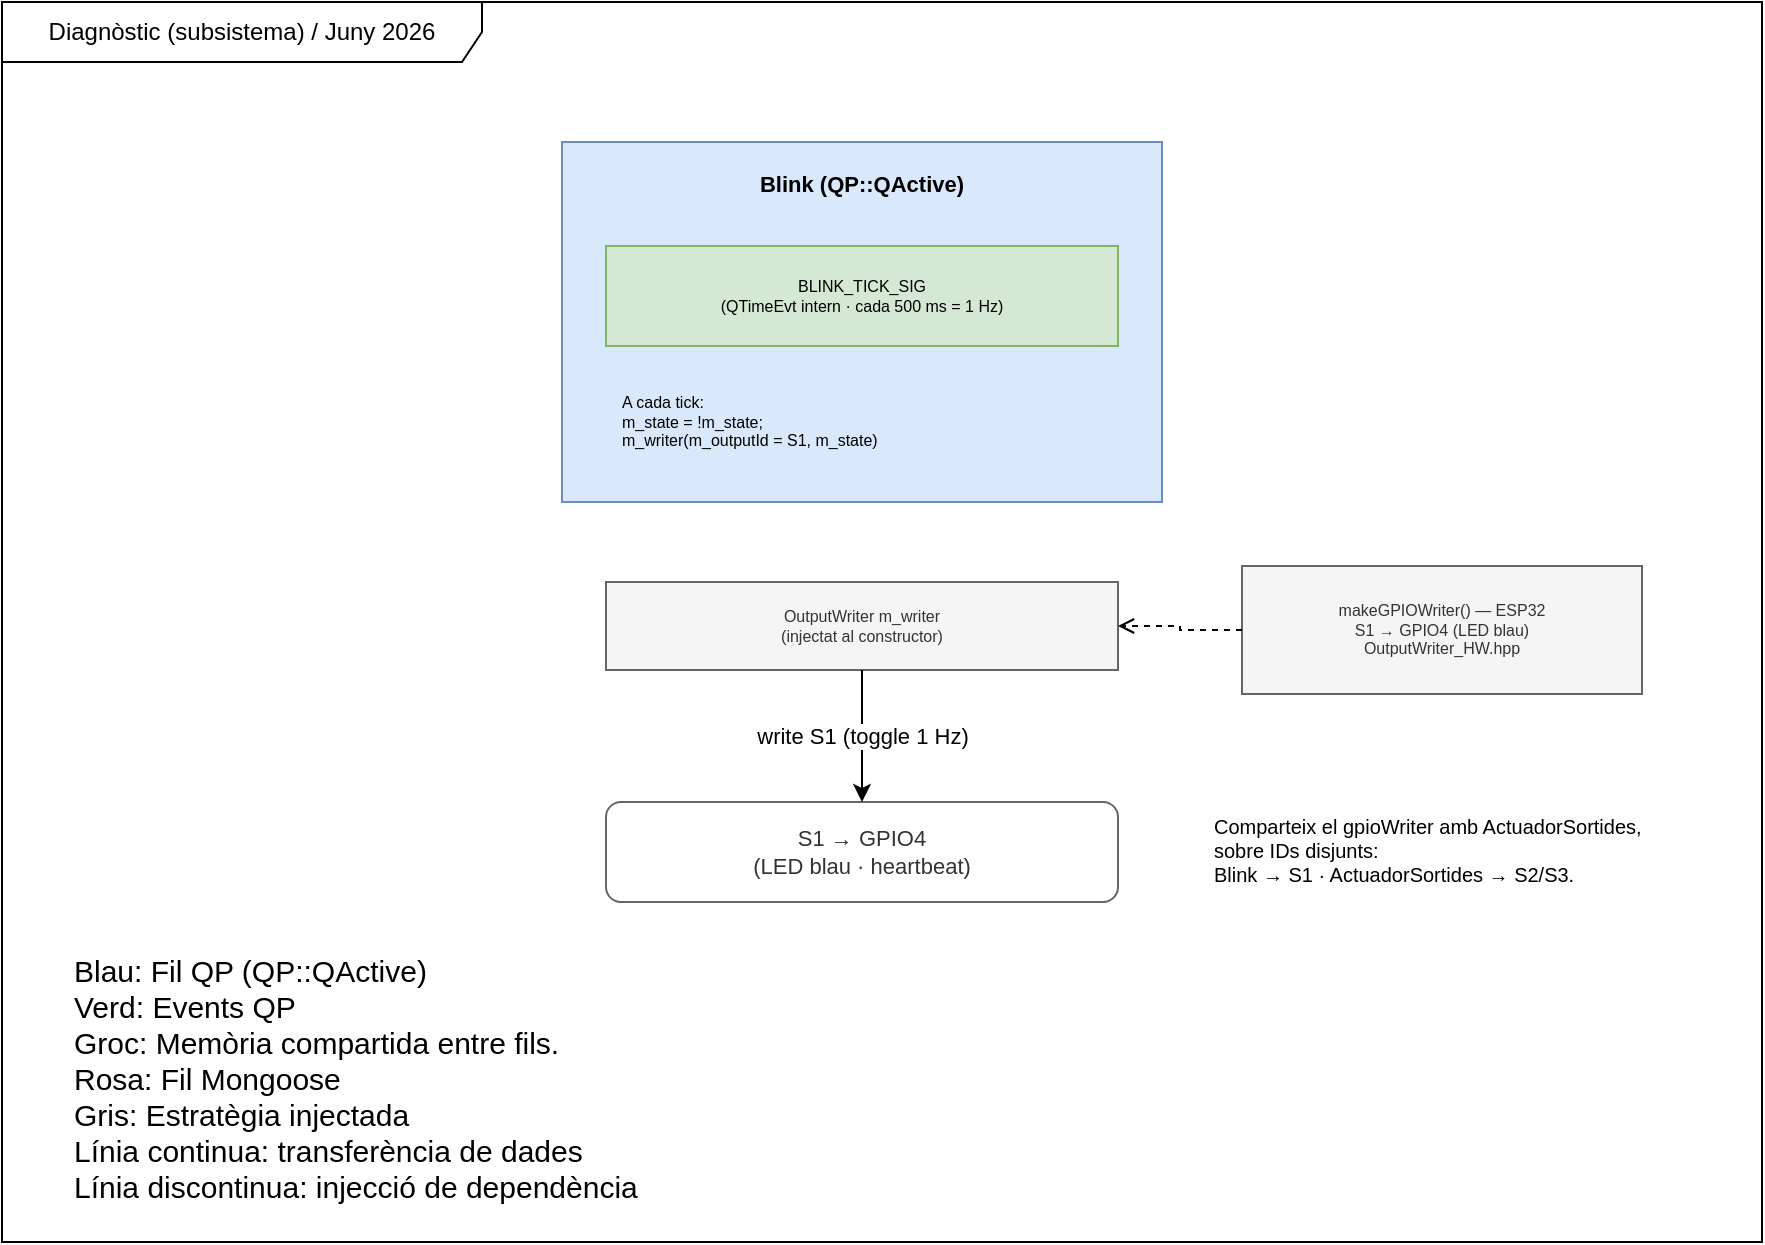
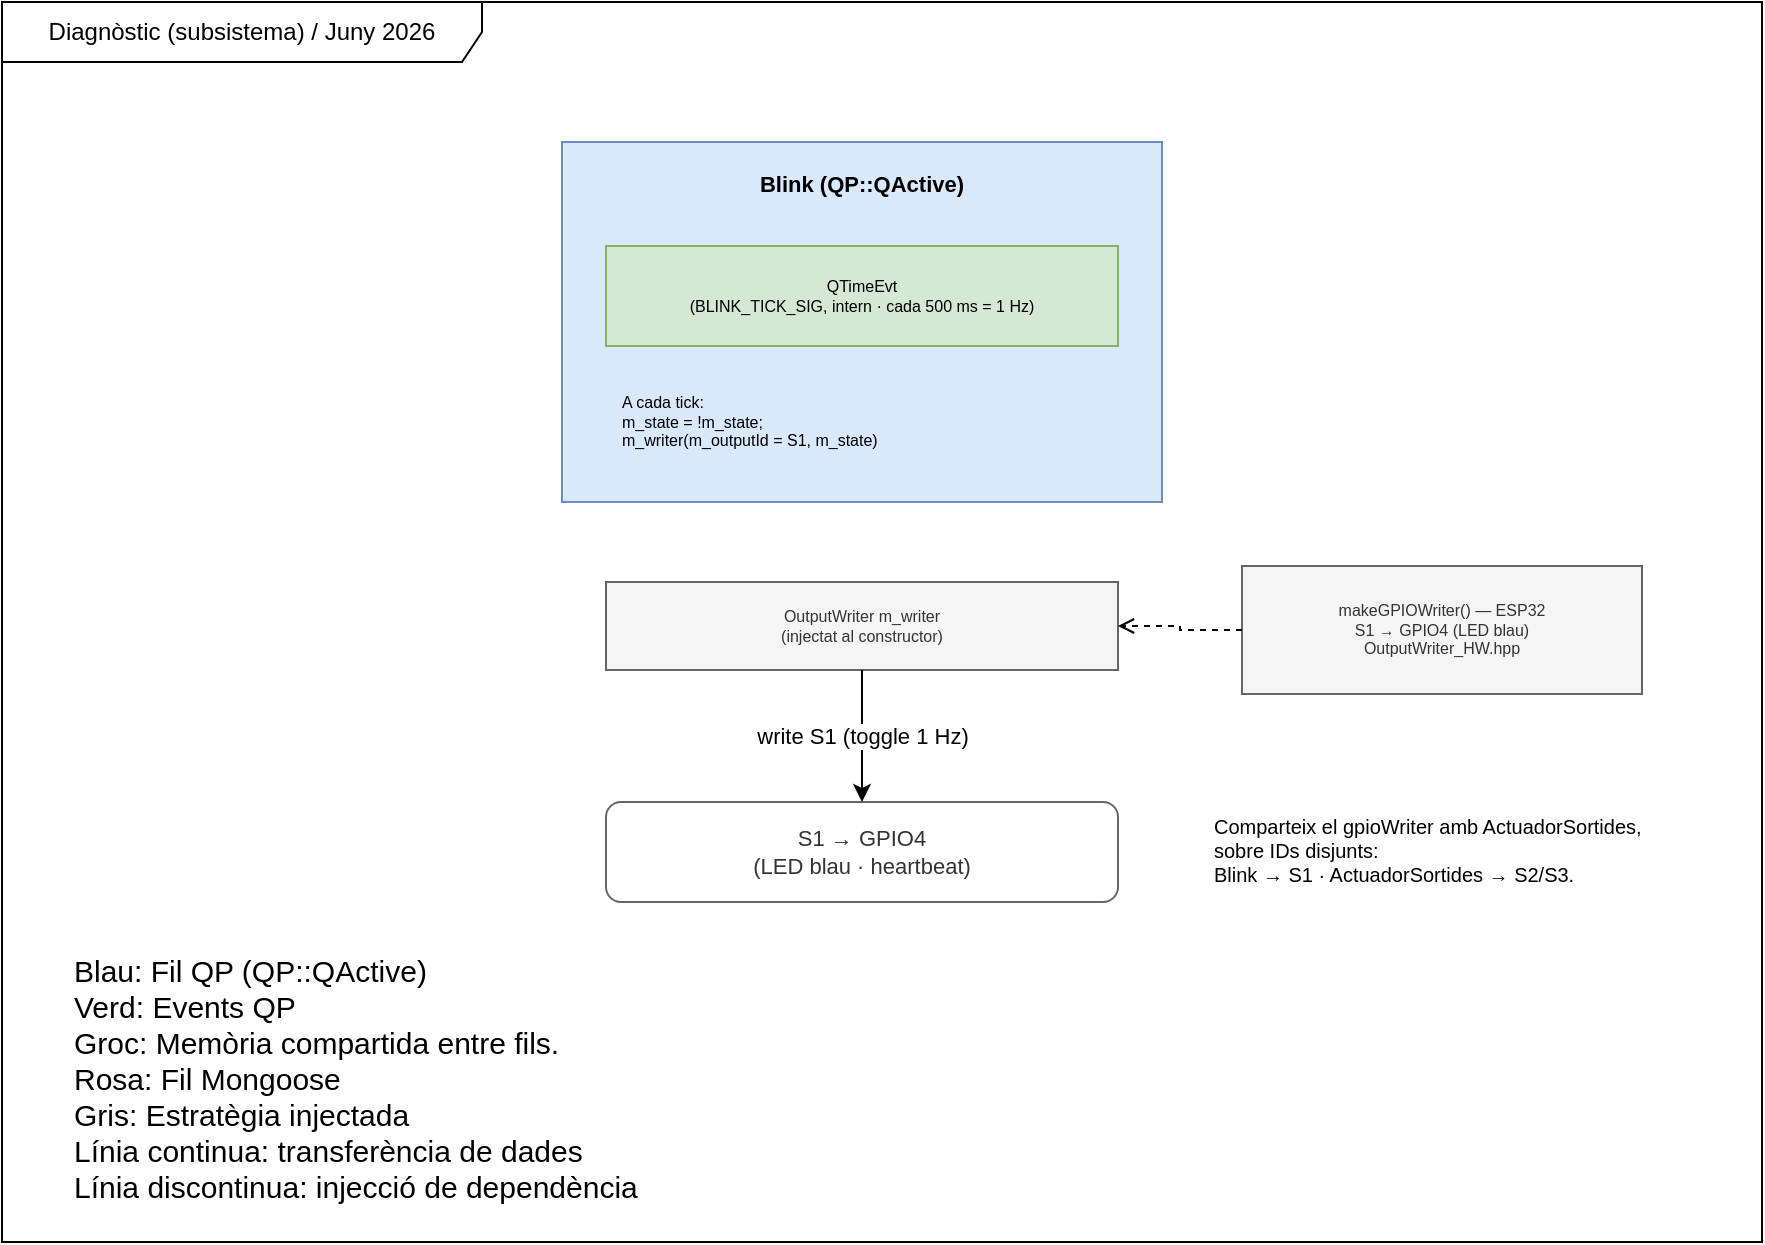
<mxfile host="Electron" agent="Claude Code" version="28.2.8">
  <diagram name="Diagnostic" id="diagnostic">
    <mxGraphModel dx="1209" dy="780" grid="1" gridSize="10" guides="1" tooltips="1" connect="1" arrows="1" fold="1" page="1" pageScale="1" pageWidth="1169" pageHeight="826" math="0" shadow="0">
      <root>
        <mxCell id="0" />
        <mxCell id="1" parent="0" />
        <mxCell id="frame" value="Diagnòstic (subsistema) / Juny 2026" style="shape=umlFrame;whiteSpace=wrap;html=1;pointerEvents=0;recursiveResize=0;collapsible=0;width=240;height=30;" parent="1" vertex="1">
          <mxGeometry x="40" y="40" width="880" height="620" as="geometry" />
        </mxCell>
        <mxCell id="blink" value="Blink (QP::QActive)" style="rounded=0;whiteSpace=wrap;html=1;fillColor=#dae8fc;strokeColor=#6c8ebf;fontSize=11;fontStyle=1;verticalAlign=top;spacingTop=8" parent="1" vertex="1">
          <mxGeometry x="320" y="110" width="300" height="180" as="geometry" />
        </mxCell>
-         <mxCell id="blink_tick" value="BLINK_TICK_SIG&#xa;(QTimeEvt intern · cada 500 ms = 1 Hz)" style="rounded=0;whiteSpace=wrap;html=1;fillColor=#d5e8d4;strokeColor=#82b366;fontSize=8" parent="1" vertex="1">
+         <mxCell id="blink_tick" value="QTimeEvt&#xa;(BLINK_TICK_SIG, intern · cada 500 ms = 1 Hz)" style="rounded=0;whiteSpace=wrap;html=1;fillColor=#d5e8d4;strokeColor=#82b366;fontSize=8" parent="1" vertex="1">
          <mxGeometry x="342" y="162" width="256" height="50" as="geometry" />
        </mxCell>
        <mxCell id="blink_logic" value="A cada tick:&#xa;m_state = !m_state;&#xa;m_writer(m_outputId = S1, m_state)" style="text;html=1;whiteSpace=wrap;strokeColor=none;fillColor=none;align=left;verticalAlign=middle;fontSize=8;spacingLeft=6;" parent="1" vertex="1">
          <mxGeometry x="342" y="222" width="256" height="56" as="geometry" />
        </mxCell>
        <mxCell id="mwriter" value="OutputWriter m_writer&#xa;(injectat al constructor)" style="rounded=0;whiteSpace=wrap;html=1;fillColor=#f5f5f5;strokeColor=#666666;fontColor=#333333;fontSize=8" parent="1" vertex="1">
          <mxGeometry x="342" y="330" width="256" height="44" as="geometry" />
        </mxCell>
        <mxCell id="gpiowriter" value="makeGPIOWriter() — ESP32&#xa;S1 → GPIO4 (LED blau)&#xa;OutputWriter_HW.hpp" style="rounded=0;whiteSpace=wrap;html=1;fillColor=#f5f5f5;strokeColor=#666666;fontColor=#333333;fontSize=8" parent="1" vertex="1">
          <mxGeometry x="660" y="322" width="200" height="64" as="geometry" />
        </mxCell>
        <mxCell id="s1" value="S1 → GPIO4&#xa;(LED blau · heartbeat)" style="rounded=1;whiteSpace=wrap;html=1;fillColor=#ffffff;strokeColor=#666666;fontColor=#333333;fontSize=11;" parent="1" vertex="1">
          <mxGeometry x="342" y="440" width="256" height="50" as="geometry" />
        </mxCell>
        <mxCell id="note" value="Comparteix el gpioWriter amb ActuadorSortides, sobre IDs disjunts:&#xa;Blink → S1 · ActuadorSortides → S2/S3." style="text;html=1;whiteSpace=wrap;strokeColor=none;fillColor=none;align=left;verticalAlign=top;fontSize=10;spacingLeft=4;" parent="1" vertex="1">
          <mxGeometry x="640" y="440" width="230" height="80" as="geometry" />
        </mxCell>
        <mxCell id="e_inject" style="edgeStyle=orthogonalEdgeStyle;rounded=0;html=1;dashed=1;endArrow=open;endFill=0;exitX=0;exitY=0.5;exitDx=0;exitDy=0;entryX=1;entryY=0.5;entryDx=0;entryDy=0;fontFamily=Helvetica;fontSize=11;" parent="1" source="gpiowriter" target="mwriter" edge="1">
          <mxGeometry relative="1" as="geometry" />
        </mxCell>
        <mxCell id="e_write" value="write S1 (toggle 1 Hz)" style="edgeStyle=orthogonalEdgeStyle;rounded=0;html=1;exitX=0.5;exitY=1;exitDx=0;exitDy=0;entryX=0.5;entryY=0;entryDx=0;entryDy=0;fontFamily=Helvetica;fontSize=11;" parent="1" source="mwriter" target="s1" edge="1">
          <mxGeometry relative="1" as="geometry" />
        </mxCell>
        <mxCell id="legend" value="&lt;div&gt;&lt;font style=&quot;font-size: 15px;&quot;&gt;Blau: Fil QP (QP::QActive)&lt;/font&gt;&lt;/div&gt;&lt;div&gt;&lt;font style=&quot;font-size: 15px;&quot;&gt;Verd: Events QP&lt;/font&gt;&lt;/div&gt;&lt;div&gt;&lt;font style=&quot;font-size: 15px;&quot;&gt;Groc: Memòria compartida entre fils.&lt;/font&gt;&lt;/div&gt;&lt;div&gt;&lt;font style=&quot;font-size: 15px;&quot;&gt;Rosa: Fil Mongoose&lt;/font&gt;&lt;/div&gt;&lt;div&gt;&lt;font style=&quot;font-size: 15px;&quot;&gt;Gris: Estratègia injectada&lt;/font&gt;&lt;/div&gt;&lt;div&gt;&lt;font style=&quot;font-size: 15px;&quot;&gt;Línia continua: transferència de dades&lt;/font&gt;&lt;/div&gt;&lt;div&gt;&lt;font style=&quot;font-size: 15px;&quot;&gt;Línia discontinua: injecció de dependència&lt;/font&gt;&lt;/div&gt;" style="text;strokeColor=none;fillColor=none;align=left;verticalAlign=middle;spacingLeft=4;spacingRight=4;overflow=hidden;whiteSpace=wrap;html=1;" parent="1" vertex="1">
          <mxGeometry x="70" y="510" width="430" height="135" as="geometry" />
        </mxCell>
      </root>
    </mxGraphModel>
  </diagram>
</mxfile>
